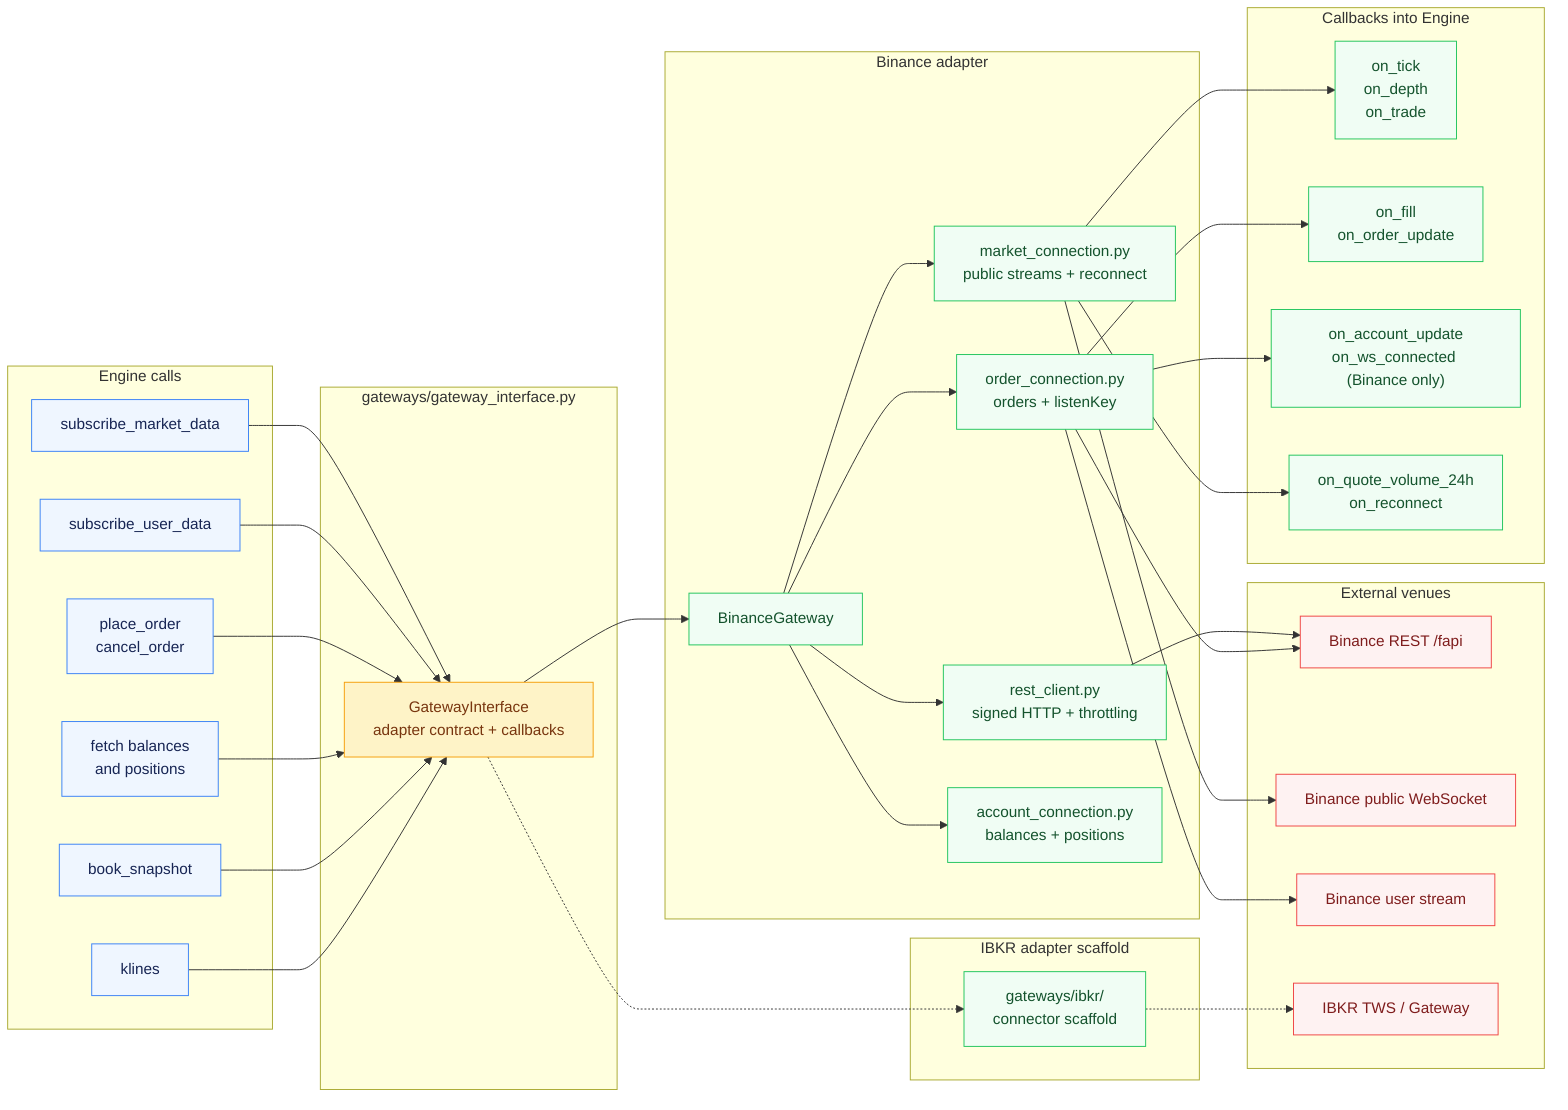
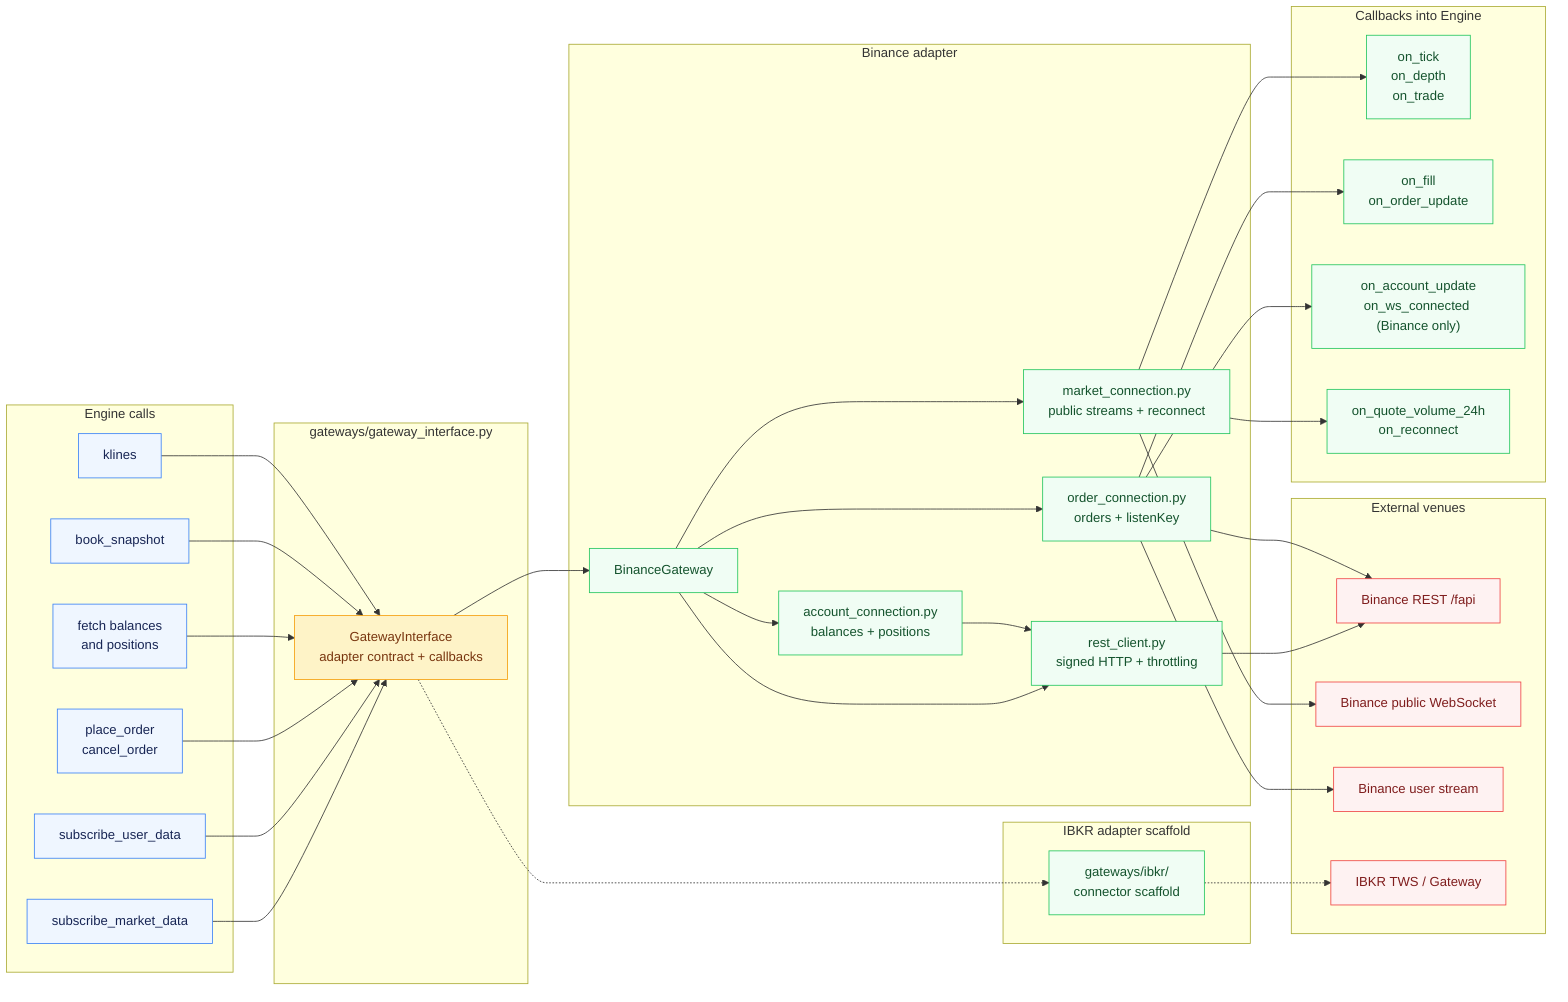
%% Gateway seam - venue-agnostic engine and exchange adapters
flowchart LR
    subgraph Engine["Engine calls"]
        MKT_SUB["subscribe_market_data"]
        USER_SUB["subscribe_user_data"]
        ORDERS["place_order<br/>cancel_order"]
        ACCOUNT["fetch balances<br/>and positions"]
        BOOK["book_snapshot"]
        KLINES["klines"]
    end

    subgraph Interface["gateways/gateway_interface.py"]
        ABC["GatewayInterface<br/>adapter contract + callbacks"]
    end

    subgraph Binance["Binance adapter"]
        BG["BinanceGateway"]
        REST["rest_client.py<br/>signed HTTP + throttling"]
        MARKET["market_connection.py<br/>public streams + reconnect"]
        ORDER["order_connection.py<br/>orders + listenKey"]
        ACCT["account_connection.py<br/>balances + positions"]
        BG --> REST
        BG --> MARKET
        BG --> ORDER
        BG --> ACCT
+         ACCT --> REST
    end

    subgraph IBKR["IBKR adapter scaffold"]
        IB["gateways/ibkr/<br/>connector scaffold"]
    end

    subgraph Venue["External venues"]
        BREST["Binance REST /fapi"]
        BWS["Binance public WebSocket"]
        BUSR["Binance user stream"]
        TWS["IBKR TWS / Gateway"]
    end

    MKT_SUB --> ABC
    USER_SUB --> ABC
    ORDERS --> ABC
    ACCOUNT --> ABC
    BOOK --> ABC
    KLINES --> ABC

    ABC --> BG
    ABC -.-> IB
    REST --> BREST
    ORDER --> BREST
    MARKET --> BWS
    ORDER --> BUSR
    IB -.-> TWS

    subgraph Callbacks["Callbacks into Engine"]
        MARKET_CB["on_tick<br/>on_depth<br/>on_trade"]
        ORDER_CB["on_fill<br/>on_order_update"]
        ACCOUNT_CB["on_account_update<br/>on_ws_connected (Binance only)"]
        META_CB["on_quote_volume_24h<br/>on_reconnect"]
    end

    MARKET --> MARKET_CB
    ORDER --> ORDER_CB
    ORDER --> ACCOUNT_CB
    MARKET --> META_CB

    classDef engine fill:#eff6ff,stroke:#3b82f6,color:#172554
    classDef seam fill:#fef3c7,stroke:#f59e0b,color:#78350f
    classDef adapter fill:#f0fdf4,stroke:#22c55e,color:#14532d
    classDef venue fill:#fef2f2,stroke:#ef4444,color:#7f1d1d

    class MKT_SUB,USER_SUB,ORDERS,ACCOUNT,BOOK,KLINES engine
    class ABC seam
    class BG,REST,MARKET,ORDER,ACCT,IB,MARKET_CB,ORDER_CB,ACCOUNT_CB,META_CB adapter
    class BREST,BWS,BUSR,TWS venue
